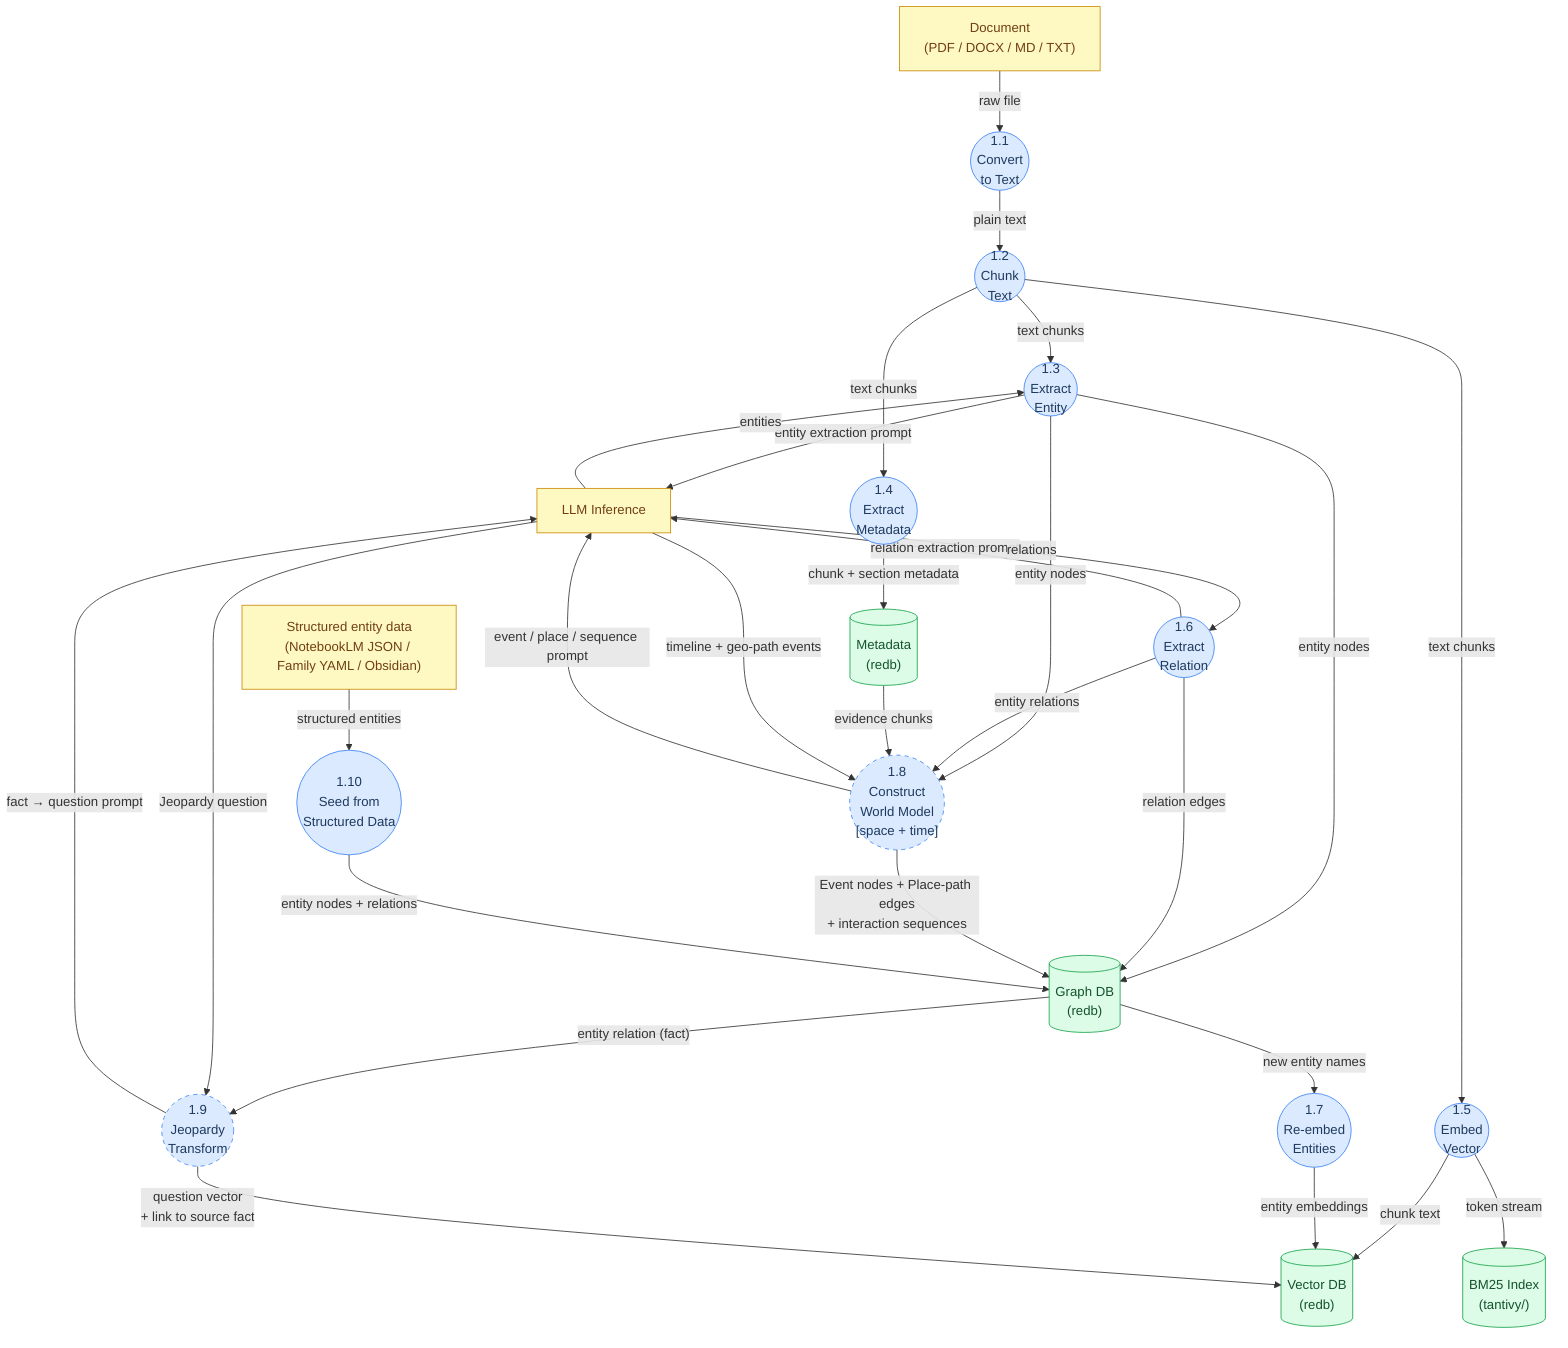
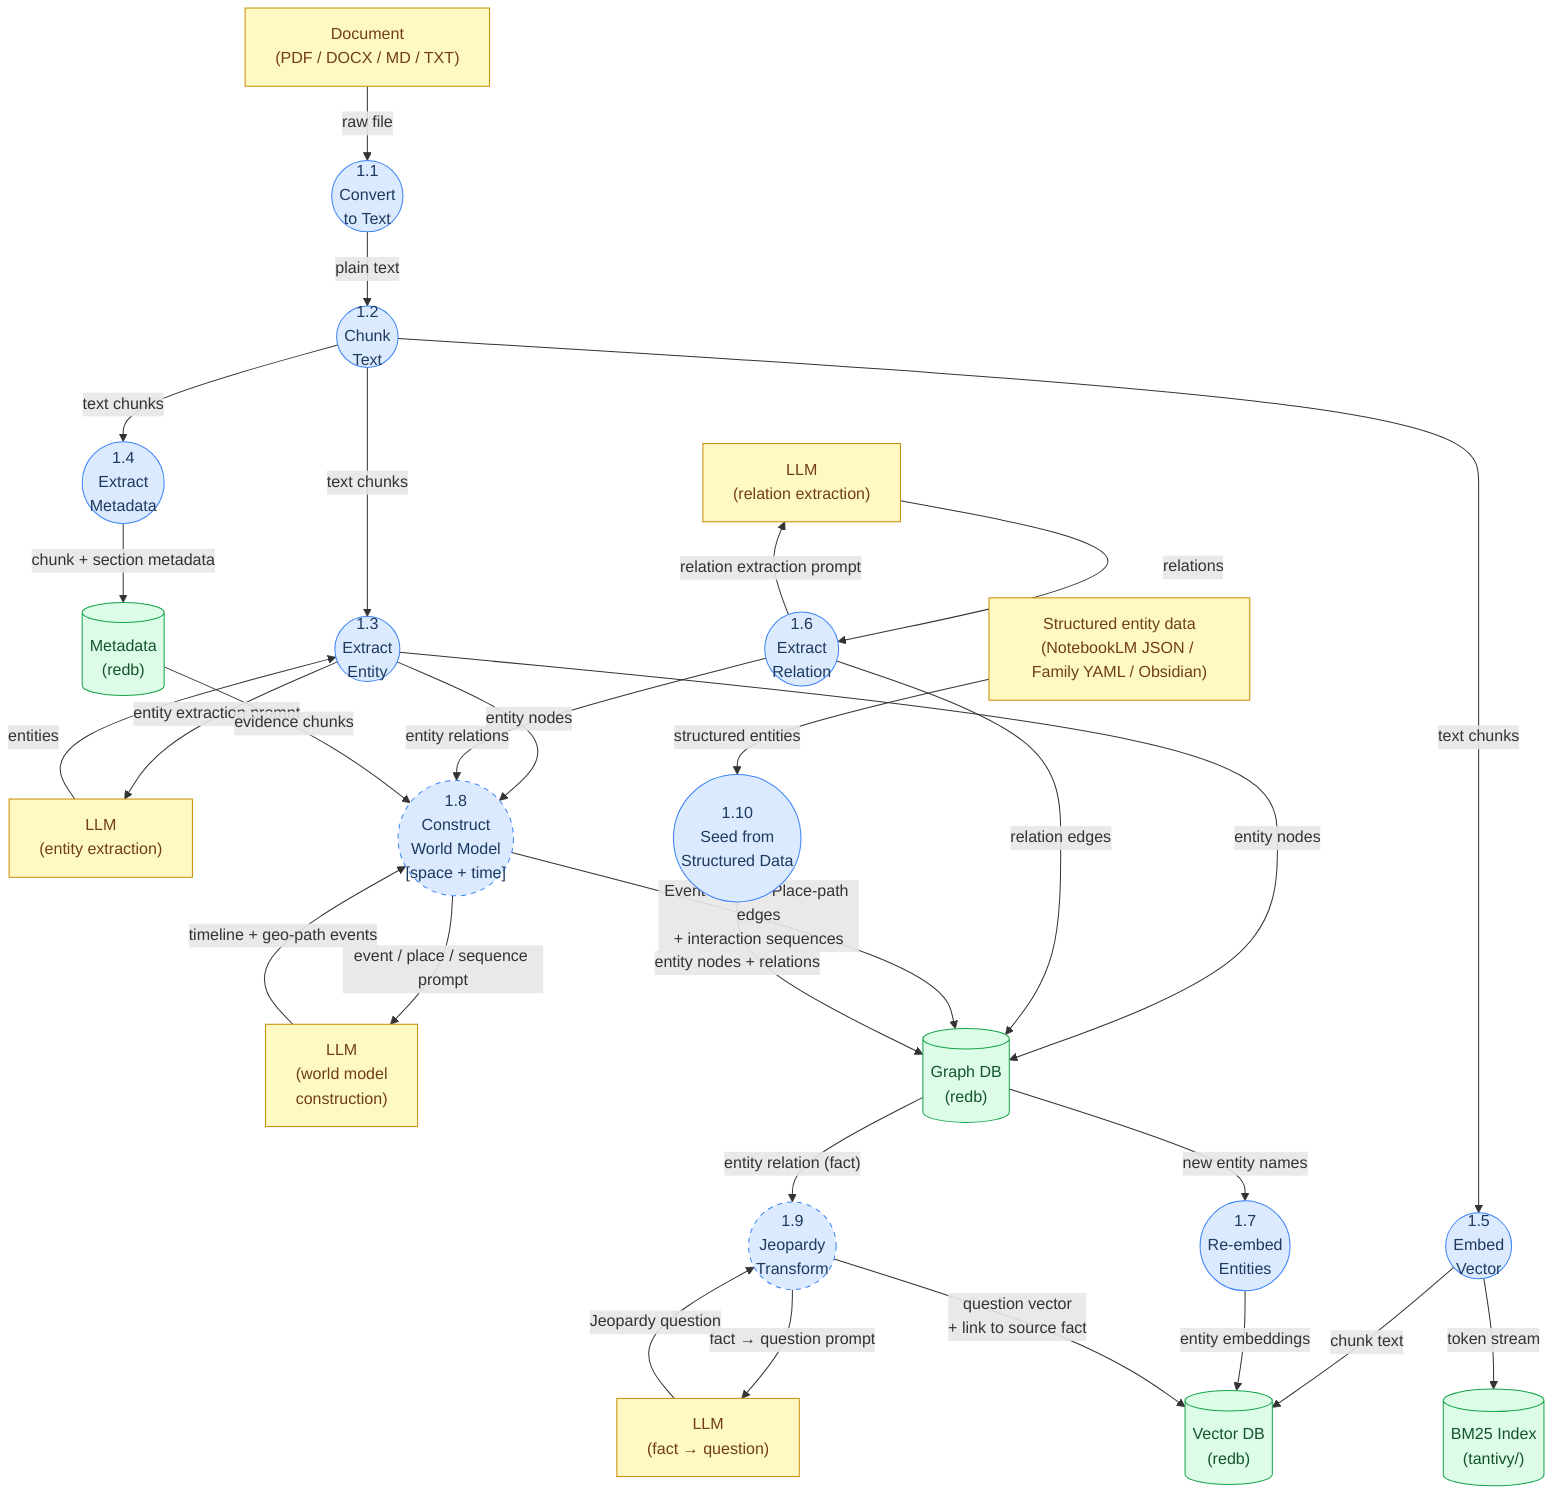
flowchart TD
    classDef process  fill:#dbeafe,stroke:#3b82f6,color:#1e3a5f
    classDef external fill:#fef9c3,stroke:#ca8a04,color:#713f12
    classDef store    fill:#dcfce7,stroke:#16a34a,color:#14532d
    classDef designed fill:#dbeafe,stroke:#3b82f6,color:#1e3a5f,stroke-dasharray:5 5

    DOC["Document\n(PDF / DOCX / MD / TXT)"]:::external
    SEED["Structured entity data\n(NotebookLM JSON / Family YAML / Obsidian)"]:::external
-     LLM["LLM Inference"]:::external
+ 
+     LLM13["LLM\n(entity extraction)"]:::external
+     LLM16["LLM\n(relation extraction)"]:::external
+     LLM18["LLM\n(world model\nconstruction)"]:::external
+     LLM19["LLM\n(fact → question)"]:::external

    %% Data stores
    VDB[("Vector DB\n(redb)")]:::store
    MDB[("Metadata\n(redb)")]:::store
    GDB[("Graph DB\n(redb)")]:::store
    BM25[("BM25 Index\n(tantivy/)")]:::store

    %% Process nodes
    P11(("1.1\nConvert\nto Text")):::process
    P12(("1.2\nChunk\nText")):::process
    P13(("1.3\nExtract\nEntity")):::process
    P14(("1.4\nExtract\nMetadata")):::process
    P15(("1.5\nEmbed\nVector")):::process
    P16(("1.6\nExtract\nRelation")):::process
    P17(("1.7\nRe-embed\nEntities")):::process
    P18(("1.8\nConstruct\nWorld Model\n[space + time]")):::designed
    P19(("1.9\nJeopardy\nTransform")):::designed
    P110(("1.10\nSeed from\nStructured Data")):::process

    %% Code annotations
    %% 1.1  → document.rs : extract_text()
    %% 1.2  → chunker.rs : split_text()
    %% 1.3  → graph.rs : extract_from_text() [entity path] + upsert_entity()
    %% 1.4  → meta_store.rs : put_chunks()
    %% 1.5  → embedder.rs : embed_batch()
    %% 1.6  → graph.rs : extract_from_text() [relation path] + upsert_relation()
    %% 1.7  → ingestion.rs / dream_tasks.rs
    %% 1.8  → [DESIGNED, NOT YET CODED]
    %%         Maps each entity to space + time:
    %%         - biographical timeline (events ordered by date)
    %%         - geographical path (sequence of places visited/mentioned)
    %%         - interaction sequences (who did what with whom, when/where)
    %%         Output: Event nodes + Place-path edges added to Graph DB
    %% 1.9  → [DESIGNED, NOT YET CODED] wiki.rs is a stub
    %%         Input: entity relation (subject–predicate–object fact) from Graph DB
    %%         LLM converts fact to a Jeopardy-style question ("What is ___?")
    %%         Output: question embedding + link to source relation stored in Vector DB
    %% 1.10 → seed_json.rs / family.rs / obsidian.rs

    DOC -->|"raw file"| P11
    P11 -->|"plain text"| P12
    P12 -->|"text chunks"| P13
    P12 -->|"text chunks"| P14
    P12 -->|"text chunks"| P15

-     P13 -->|"entity extraction prompt"| LLM
-     LLM -->|"entities"| P13
+     P13 -->|"entity extraction prompt"| LLM13
+     LLM13 -->|"entities"| P13
    P13 -->|"entity nodes"| GDB
    P13 -->|"entity nodes"| P18

    P14 -->|"chunk + section metadata"| MDB

    P15 -->|"chunk text"| VDB
    P15 -->|"token stream"| BM25

-     P16 -->|"relation extraction prompt"| LLM
-     LLM -->|"relations"| P16
+     P16 -->|"relation extraction prompt"| LLM16
+     LLM16 -->|"relations"| P16
    P16 -->|"relation edges"| GDB
    P16 -->|"entity relations"| P18

    GDB -->|"new entity names"| P17
    P17 -->|"entity embeddings"| VDB

    %% 1.8 World Model (designed — not yet coded)
    MDB -->|"evidence chunks"| P18
-     P18 -->|"event / place / sequence prompt"| LLM
-     LLM -->|"timeline + geo-path events"| P18
+     P18 -->|"event / place / sequence prompt"| LLM18
+     LLM18 -->|"timeline + geo-path events"| P18
    P18 -->|"Event nodes + Place-path edges\n+ interaction sequences"| GDB

    %% 1.9 Jeopardy Transform (designed — not yet coded)
    GDB -->|"entity relation (fact)"| P19
-     P19 -->|"fact → question prompt"| LLM
-     LLM -->|"Jeopardy question"| P19
+     P19 -->|"fact → question prompt"| LLM19
+     LLM19 -->|"Jeopardy question"| P19
    P19 -->|"question vector\n+ link to source fact"| VDB

    SEED -->|"structured entities"| P110
    P110 -->|"entity nodes + relations"| GDB
